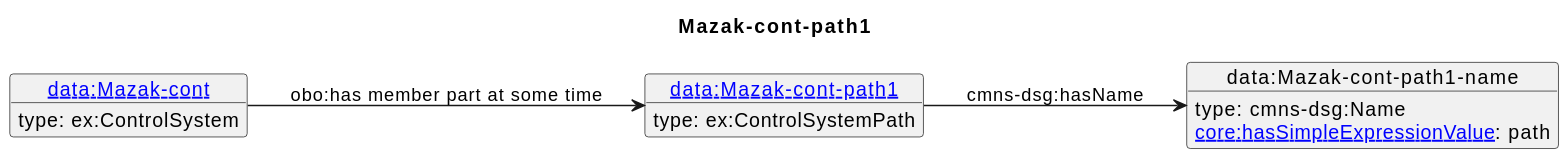
Before: diagrams/Mazak-cont-path1.svg, a diagram exported from PlantUML (iofoundry/example-syseng-mtconnect).
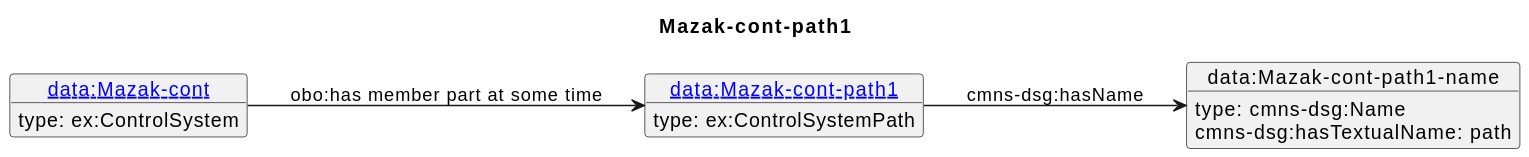
Above is the later version.

What changed in the source:
```diff
@@ -12,6 +12,6 @@
  type: ex:ControlSystem
 }
 o1 --> o2 : cmns-dsg:hasName
-o2 : [[https://spec.industrialontologies.org/ontology/core/Core/hasSimpleExpressionValue core:hasSimpleExpressionValue]]: path
+o2 : cmns-dsg:hasTextualName: path
 o3 --> o1 : obo:has member part at some time
 @enduml
```
